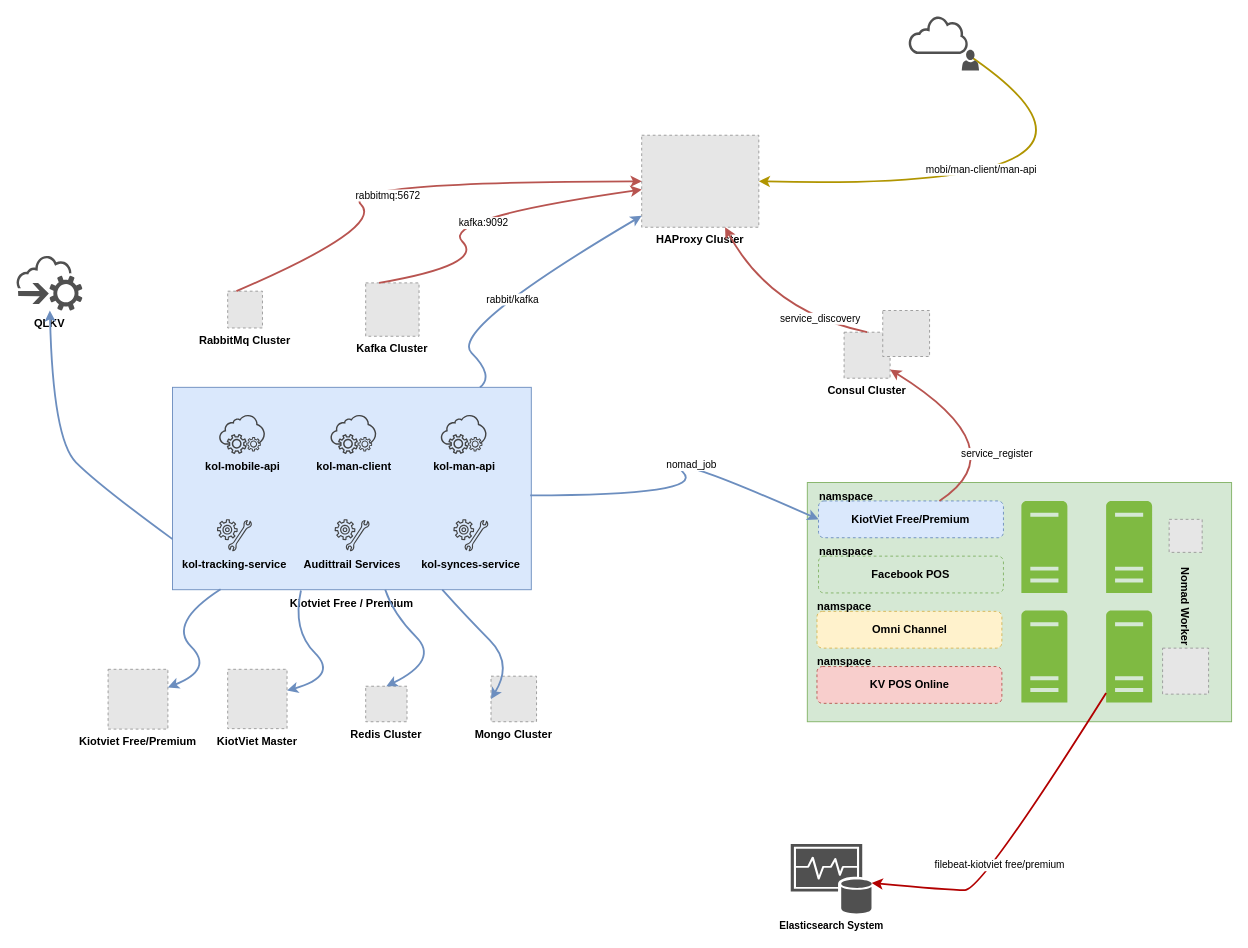
khinhvuphiduong/diagrams.net keeps this draw.io diagram as page "KiotViet Free/Premium" (2 of 12) of KOL.drawio. Above is the earlier version. Source tidied: cells renumbered, new cells numbered last; positions are measured from the earlier drawing's top-left corner, leaving out a move shared by most shapes. Both pictures are drawn from the tidied source at 92%, with x=0, y=0 at pixel (16, 16). Pictures stored in the file or linked from it are replaced by grey dashed boxes.
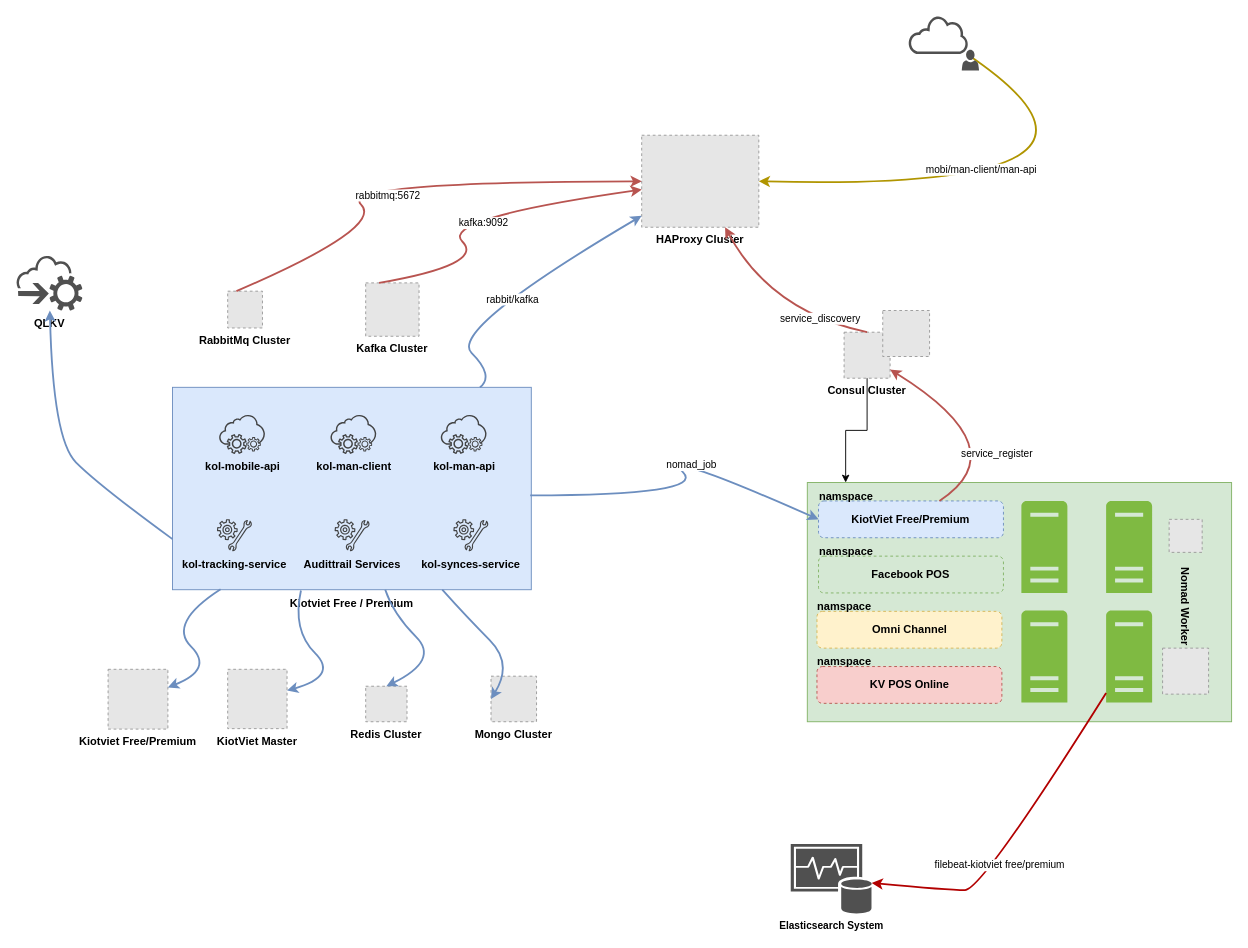
The same page after the edit.

Unchanged cells that the change refers to:
```xml
<mxCell id="7" value="namspace" style="text;html=1;align=center;verticalAlign=middle;points=[];strokeColor=none;fillColor=none;fontStyle=1;" parent="5" vertex="1">
  <mxGeometry width="80" height="30" as="geometry" />
</mxCell>
<mxCell id="27" value="Consul Cluster" style="fillColor=#E6E6E6;strokeColor=#999999;dashed=1;verticalLabelPosition=bottom;labelBackgroundColor=default;verticalAlign=top;fontStyle=1;" parent="26" vertex="1">
  <mxGeometry y="23.6" width="50" height="50" as="geometry" />
</mxCell>
```

Diff of the diagram source:
```diff
@@
+    <mxCell id="70" style="edgeStyle=orthogonalEdgeStyle;rounded=0;jettySize=auto;html=1;" parent="1" edge="1" source="27" target="7">
+      <mxGeometry relative="1" as="geometry" />
+    </mxCell>
```
